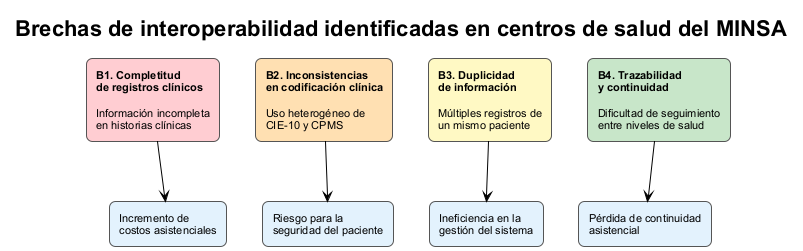
Earlier version of the PlantUML export media/diagrama-brechas-interoperabilidad.png (genomike/seminario_de_investigacion).
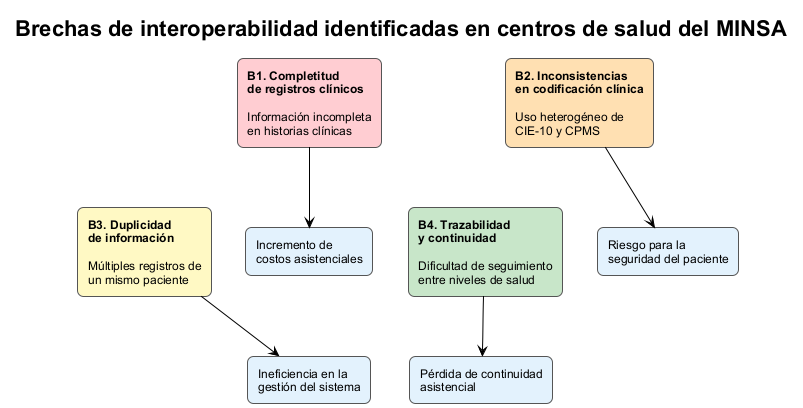
Later version of the same file.

What changed in the source:
```diff
@@ -2,30 +2,27 @@
 !theme plain
 skinparam backgroundColor white
 skinparam defaultFontName Arial
-skinparam defaultFontSize 11
+skinparam defaultFontSize 12
 skinparam shadowing false
 skinparam rectangle {
     RoundCorner 12
     BorderColor #555555
-    FontSize 11
+    FontSize 12
 }
 top to bottom direction
 
 title <b>Brechas de interoperabilidad identificadas en centros de salud del MINSA</b>
 
-together {
-    rectangle "**B1. Completitud**\n**de registros clínicos**\n\nInformación incompleta\nen historias clínicas" as B1 #FFCDD2
-    rectangle "**B2. Inconsistencias**\n**en codificación clínica**\n\nUso heterogéneo de\nCIE-10 y CPMS" as B2 #FFE0B2
-    rectangle "**B3. Duplicidad**\n**de información**\n\nMúltiples registros de\nun mismo paciente" as B3 #FFF9C4
-    rectangle "**B4. Trazabilidad**\n**y continuidad**\n\nDificultad de seguimiento\nentre niveles de salud" as B4 #C8E6C9
-}
+rectangle "**B1. Completitud**\n**de registros clínicos**\n\nInformación incompleta\nen historias clínicas" as B1 #FFCDD2
+rectangle "**B2. Inconsistencias**\n**en codificación clínica**\n\nUso heterogéneo de\nCIE-10 y CPMS" as B2 #FFE0B2
 
-together {
-    rectangle "Incremento de\ncostos asistenciales" as C1 #E3F2FD
-    rectangle "Riesgo para la\nseguridad del paciente" as C2 #E3F2FD
-    rectangle "Ineficiencia en la\ngestión del sistema" as C3 #E3F2FD
-    rectangle "Pérdida de continuidad\nasistencial" as C4 #E3F2FD
-}
+rectangle "**B3. Duplicidad**\n**de información**\n\nMúltiples registros de\nun mismo paciente" as B3 #FFF9C4
+rectangle "**B4. Trazabilidad**\n**y continuidad**\n\nDificultad de seguimiento\nentre niveles de salud" as B4 #C8E6C9
+
+rectangle "Incremento de\ncostos asistenciales" as C1 #E3F2FD
+rectangle "Riesgo para la\nseguridad del paciente" as C2 #E3F2FD
+rectangle "Ineficiencia en la\ngestión del sistema" as C3 #E3F2FD
+rectangle "Pérdida de continuidad\nasistencial" as C4 #E3F2FD
 
 B1 -down-> C1
 B2 -down-> C2
@@ -33,10 +30,10 @@
 B4 -down-> C4
 
 B1 -[hidden]right- B2
-B2 -[hidden]right- B3
 B3 -[hidden]right- B4
 C1 -[hidden]right- C2
-C2 -[hidden]right- C3
 C3 -[hidden]right- C4
+B1 -[hidden]down- B3
+C1 -[hidden]down- C3
 
 @enduml
```
